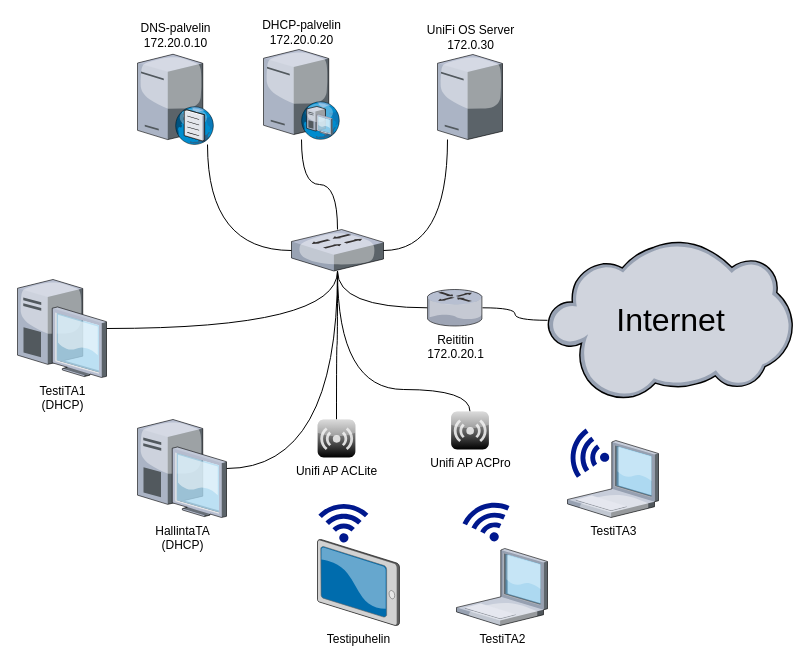
This is Docs/Pictures/Periaatekaavio.drawio from Raision-seudun-koulutuskuntayhtyma/UnifiOsServerAsennus, a draw.io file, before an edit. Source tidied: cells renumbered, new cells numbered last; positions are measured from the earlier drawing's top-left corner, leaving out a move shared by most shapes. Both pictures are drawn from the tidied source at 100%, with x=0, y=0 at pixel (17, 49).
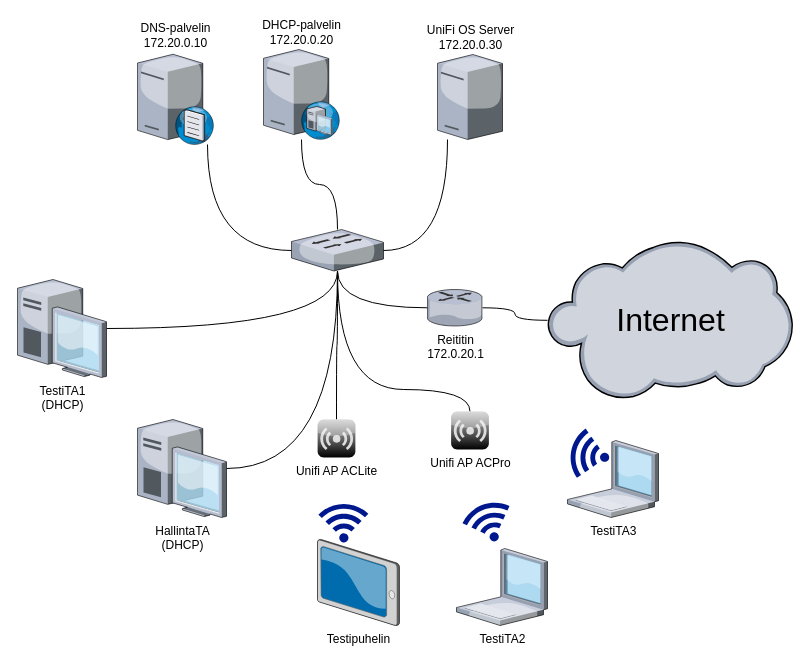
After the change.

Commit message (it also covers changes not shown here):
Korjattu kuvaa

Change to the diagram source:
```diff
@@
-    <mxCell id="15" value="UniFi OS Server&lt;div&gt;172.0.30&lt;/div&gt;" style="verticalLabelPosition=top;sketch=0;html=1;verticalAlign=bottom;strokeColor=none;align=center;outlineConnect=0;shape=mxgraph.citrix.license_server;labelPosition=center;" parent="1" vertex="1">
+    <mxCell id="15" value="UniFi OS Server&lt;div&gt;172.20.0.30&lt;/div&gt;" style="verticalLabelPosition=top;sketch=0;html=1;verticalAlign=bottom;strokeColor=none;align=center;outlineConnect=0;shape=mxgraph.citrix.license_server;labelPosition=center;" parent="1" vertex="1">
       <mxGeometry x="420" y="5" width="65" height="85" as="geometry" />
     </mxCell>
```
